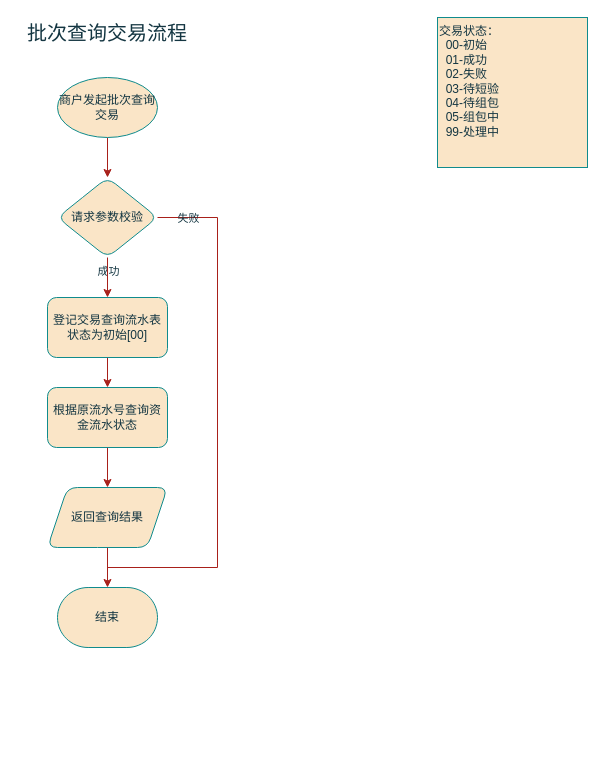
The draw.io diagram page "商户批次查询交易" (3 of 5) of 批扣流程.drawio in gaofv/draw, before the edit. Source tidied: cells renumbered, new cells numbered last; positions are measured from the earlier drawing's top-left corner, leaving out a move shared by most shapes. Both pictures are drawn from the tidied source at 100%, with x=0, y=0 at pixel (17, 17).
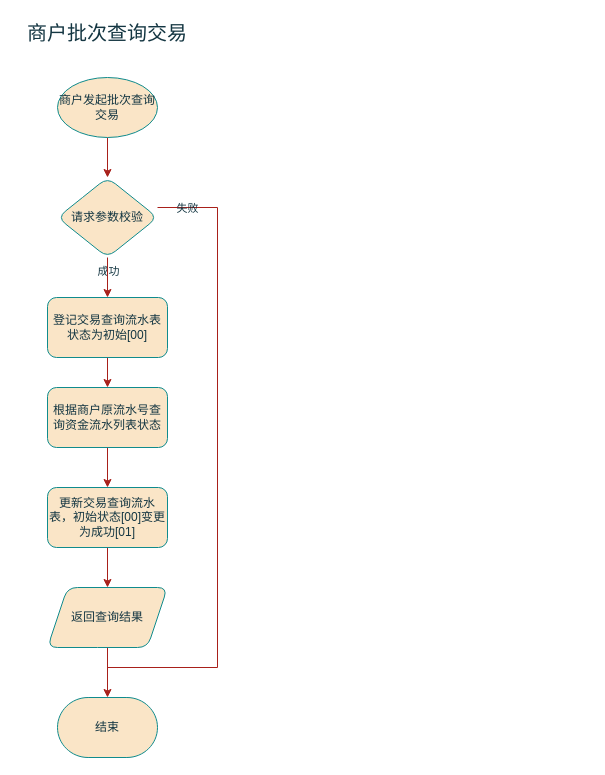
The same page after the edit.

Unchanged cells that the change refers to:
```xml
<mxCell id="8" value="请求参数校验" style="rhombus;whiteSpace=wrap;html=1;strokeWidth=1;labelBackgroundColor=none;rounded=1;labelBorderColor=none;fillColor=#FAE5C7;strokeColor=#0F8B8D;fontColor=#143642;" parent="1" vertex="1">
  <mxGeometry x="40" y="160" width="100" height="80" as="geometry" />
</mxCell>
```

Change to the diagram source:
```diff
@@
-    <mxCell id="6" style="edgeStyle=orthogonalEdgeStyle;rounded=0;jettySize=auto;html=1;strokeColor=#A8201A;fontColor=default;fillColor=#FAE5C7;endArrow=none;endFill=0;labelBackgroundColor=none;" parent="1" edge="1" source="8">
+    <mxCell id="6" style="edgeStyle=orthogonalEdgeStyle;rounded=0;orthogonalLoop=1;jettySize=auto;html=1;strokeColor=#A8201A;fontColor=default;fillColor=#FAE5C7;endArrow=none;endFill=0;labelBackgroundColor=none;" parent="1" edge="1">
       <mxGeometry relative="1" as="geometry">
-        <mxPoint x="90" y="550" as="targetPoint" />
+        <mxPoint x="140" y="190" as="sourcePoint" />
+        <mxPoint x="90" y="650" as="targetPoint" />
         <Array as="points">
-          <mxPoint x="200" y="200" />
-          <mxPoint x="200" y="550" />
+          <mxPoint x="200" y="190" />
         </Array>
       </mxGeometry>
     </mxCell>
     <mxCell id="7" value="失败" style="edgeLabel;html=1;align=center;verticalAlign=middle;fontColor=#143642;labelBackgroundColor=none;" parent="6" vertex="1">
       <mxGeometry x="-0.84" y="-4" relative="1" as="geometry">
-        <mxPoint x="-12" y="-4" as="offset" />
+        <mxPoint x="-21" y="-4" as="offset" />
       </mxGeometry>
     </mxCell>
@@
     <mxCell id="9" value="结束" style="strokeWidth=1;html=1;shape=mxgraph.flowchart.terminator;whiteSpace=wrap;labelBackgroundColor=none;rounded=1;labelBorderColor=none;fillColor=#FAE5C7;strokeColor=#0F8B8D;fontColor=#143642;" parent="1" vertex="1">
-      <mxGeometry x="40" y="570" width="100" height="60" as="geometry" />
+      <mxGeometry x="40" y="680" width="100" height="60" as="geometry" />
     </mxCell>
@@
-    <mxCell id="12" style="edgeStyle=orthogonalEdgeStyle;rounded=0;jettySize=auto;html=1;labelBackgroundColor=none;strokeColor=#A8201A;fontColor=default;" parent="1" edge="1" source="13" target="15">
-      <mxGeometry relative="1" as="geometry" />
-    </mxCell>
+    <mxCell id="18" style="edgeStyle=orthogonalEdgeStyle;rounded=1;jettySize=auto;html=1;strokeColor=#A8201A;fontColor=#143642;fillColor=#FAE5C7;" parent="1" edge="1" source="13" target="20">
+      <mxGeometry relative="1" as="geometry" />
+    </mxCell>
-    <mxCell id="13" value="根据原流水号查询资金流水状态" style="whiteSpace=wrap;html=1;strokeWidth=1;labelBackgroundColor=none;rounded=1;labelBorderColor=none;fillColor=#FAE5C7;strokeColor=#0F8B8D;fontColor=#143642;" parent="1" vertex="1">
+    <mxCell id="13" value="根据商户原流水号查询资金流水列表状态" style="whiteSpace=wrap;html=1;strokeWidth=1;labelBackgroundColor=none;rounded=1;labelBorderColor=none;fillColor=#FAE5C7;strokeColor=#0F8B8D;fontColor=#143642;" parent="1" vertex="1">
       <mxGeometry x="30" y="370" width="120" height="60" as="geometry" />
     </mxCell>
@@
     <mxCell id="15" value="返回查询结果" style="shape=parallelogram;perimeter=parallelogramPerimeter;whiteSpace=wrap;html=1;fixedSize=1;strokeWidth=1;labelBackgroundColor=none;rounded=1;labelBorderColor=none;fillColor=#FAE5C7;strokeColor=#0F8B8D;fontColor=#143642;" parent="1" vertex="1">
-      <mxGeometry x="30" y="470" width="120" height="60" as="geometry" />
+      <mxGeometry x="30" y="570" width="120" height="60" as="geometry" />
     </mxCell>
-    <mxCell id="16" value="批次查询交易流程" style="text;html=1;strokeColor=none;fillColor=none;align=center;verticalAlign=middle;whiteSpace=wrap;rounded=1;fontSize=20;labelBackgroundColor=none;labelBorderColor=none;fontColor=#143642;" parent="1" vertex="1">
+    <mxCell id="16" value="商户批次查询交易" style="text;html=1;strokeColor=none;fillColor=none;align=center;verticalAlign=middle;whiteSpace=wrap;rounded=1;fontSize=20;labelBackgroundColor=none;labelBorderColor=none;fontColor=#143642;" parent="1" vertex="1">
       <mxGeometry width="180" height="30" as="geometry" />
     </mxCell>
-    <mxCell id="17" value="交易状态：&lt;br&gt;&amp;nbsp; 00-初始&lt;br&gt;&amp;nbsp; 01-成功&lt;br&gt;&amp;nbsp; 02-失败&lt;br&gt;&amp;nbsp; 03-待短验&lt;br&gt;&amp;nbsp; 04-待组包&lt;br&gt;&amp;nbsp; 05-组包中&lt;br&gt;&amp;nbsp; 99-处理中" style="whiteSpace=wrap;html=1;strokeColor=#0F8B8D;fontColor=#143642;fillColor=#FAE5C7;align=left;verticalAlign=top;labelBackgroundColor=none;" parent="1" vertex="1">
-      <mxGeometry x="420" width="150" height="150" as="geometry" />
-    </mxCell>
+    <mxCell id="19" style="edgeStyle=orthogonalEdgeStyle;rounded=1;jettySize=auto;html=1;strokeColor=#A8201A;fontColor=#143642;fillColor=#FAE5C7;" parent="1" edge="1" source="20" target="15">
+      <mxGeometry relative="1" as="geometry" />
+    </mxCell>
+    <mxCell id="20" value="更新交易查询流水表，初始状态[00]变更为成功[01]" style="whiteSpace=wrap;html=1;strokeWidth=1;labelBackgroundColor=none;rounded=1;labelBorderColor=none;fillColor=#FAE5C7;strokeColor=#0F8B8D;fontColor=#143642;" parent="1" vertex="1">
+      <mxGeometry x="30" y="470" width="120" height="60" as="geometry" />
+    </mxCell>
```
